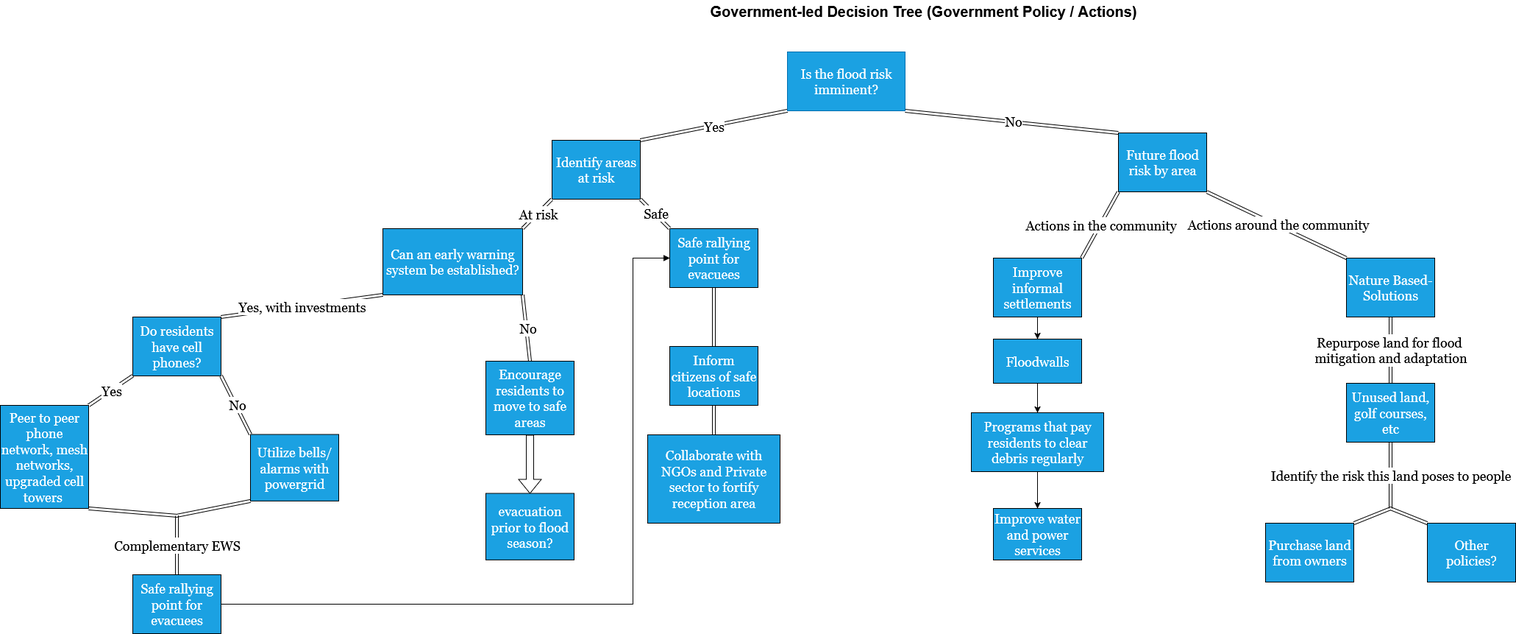
The draw.io diagram 5_results/team_maplebyte/public/flood_decision_trees_government_led.drawio.png in NickKellett/hackathon-g20-drr, before a commit. Source tidied: cells renumbered, new cells last; positions are measured from the earlier drawing's top-left corner, leaving out a move shared by most shapes.
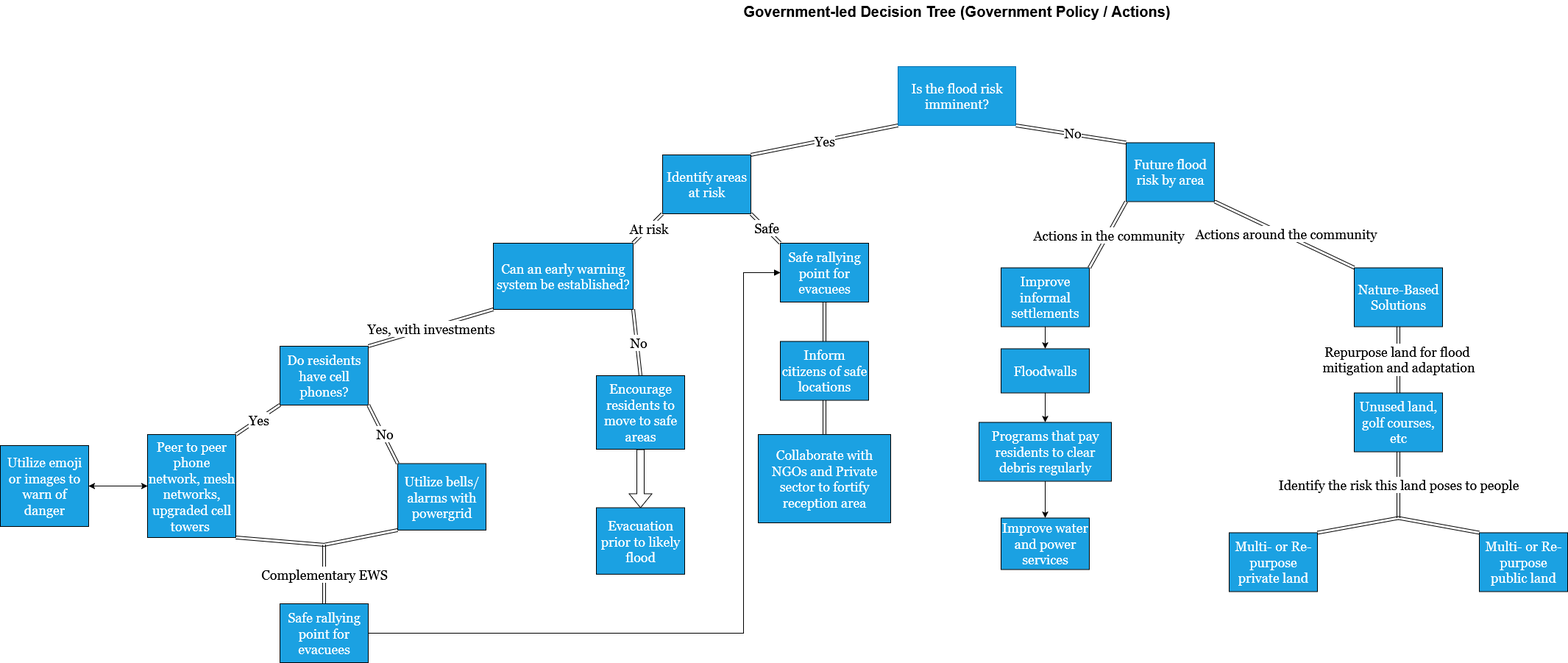
Later version of the same file.

Commit message:
Update policy decision trees

What changed in the source:
```diff
@@ -5,3 +5,3 @@
     <mxCell id="2" value="Identify areas at risk" style="rounded=0;whiteSpace=wrap;html=1;fillColor=#1ba1e2;fontColor=#ffffff;strokeColor=default;fontFamily=Georgia;fontSize=18;" parent="1" vertex="1">
-      <mxGeometry x="750" y="190" width="120" height="80" as="geometry" />
+      <mxGeometry x="920" y="140" width="120" height="80" as="geometry" />
     </mxCell>
@@ -10,9 +10,9 @@
     </mxCell>
-    <mxCell id="4" value="Yes" style="edgeLabel;html=1;align=center;verticalAlign=middle;fontFamily=Georgia;fontSize=18;" parent="3" vertex="1">
-      <mxGeometry x="-0.01" y="-1" relative="1" as="geometry">
-        <mxPoint y="-1" as="offset" />
-      </mxGeometry>
-    </mxCell>
+    <mxCell id="56" value="Yes" style="edgeLabel;html=1;align=center;verticalAlign=middle;fontFamily=Georgia;fontSize=18;" parent="3" vertex="1">
+      <mxGeometry x="-0.01" y="-1" relative="1" as="geometry">
+        <mxPoint y="-1" as="offset" />
+      </mxGeometry>
+    </mxCell>
     <mxCell id="5" value="&lt;font style=&quot;font-size: 18px;&quot;&gt;Is the flood risk imminent?&lt;/font&gt;" style="text;strokeColor=#006EAF;align=center;fillColor=#1ba1e2;html=1;verticalAlign=middle;whiteSpace=wrap;rounded=0;fontColor=#ffffff;fontFamily=Georgia;" parent="1" vertex="1">
-      <mxGeometry x="1070" y="70" width="160" height="80" as="geometry" />
+      <mxGeometry x="1240" y="20" width="160" height="80" as="geometry" />
     </mxCell>
@@ -21,9 +21,9 @@
     </mxCell>
-    <mxCell id="7" value="No" style="edgeLabel;html=1;align=center;verticalAlign=middle;fontFamily=Georgia;fontSize=18;" parent="6" vertex="1">
-      <mxGeometry x="-0.01" y="-1" relative="1" as="geometry">
-        <mxPoint y="-1" as="offset" />
-      </mxGeometry>
-    </mxCell>
+    <mxCell id="57" value="No" style="edgeLabel;html=1;align=center;verticalAlign=middle;fontFamily=Georgia;fontSize=18;" parent="6" vertex="1">
+      <mxGeometry x="-0.01" y="-1" relative="1" as="geometry">
+        <mxPoint y="-1" as="offset" />
+      </mxGeometry>
+    </mxCell>
     <mxCell id="8" value="Can an early warning system be established?" style="rounded=0;whiteSpace=wrap;html=1;fillColor=#1ba1e2;fontColor=#ffffff;strokeColor=default;fontFamily=Georgia;fontSize=18;" parent="1" vertex="1">
-      <mxGeometry x="520" y="310" width="190" height="90" as="geometry" />
+      <mxGeometry x="690" y="260" width="190" height="90" as="geometry" />
     </mxCell>
@@ -37,6 +37,6 @@
     </mxCell>
-    <mxCell id="11" value="x" style="shape=link;html=1;rounded=0;entryX=1;entryY=1;entryDx=0;entryDy=0;exitX=0;exitY=0;exitDx=0;exitDy=0;fontFamily=Georgia;fontSize=18;" parent="1" edge="1" source="13" target="2">
-      <mxGeometry relative="1" as="geometry" />
-    </mxCell>
+    <mxCell id="58" value="x" style="shape=link;html=1;rounded=0;entryX=1;entryY=1;entryDx=0;entryDy=0;exitX=0;exitY=0;exitDx=0;exitDy=0;fontFamily=Georgia;fontSize=18;" parent="1" edge="1" source="59" target="2">
+      <mxGeometry relative="1" as="geometry" />
+    </mxCell>
-    <mxCell id="12" value="Safe" style="edgeLabel;html=1;align=center;verticalAlign=middle;fontFamily=Georgia;fontSize=18;" parent="11" vertex="1">
+    <mxCell id="12" value="Safe" style="edgeLabel;html=1;align=center;verticalAlign=middle;fontFamily=Georgia;fontSize=18;" parent="58" vertex="1">
       <mxGeometry x="-0.01" y="-1" relative="1" as="geometry">
@@ -45,7 +45,7 @@
     </mxCell>
-    <mxCell id="13" value="Safe rallying point for evacuees" style="rounded=0;whiteSpace=wrap;html=1;fillColor=#1ba1e2;fontColor=#ffffff;strokeColor=default;fontFamily=Georgia;fontSize=18;" parent="1" vertex="1">
-      <mxGeometry x="910" y="310" width="120" height="80" as="geometry" />
-    </mxCell>
+    <mxCell id="59" value="Safe rallying point for evacuees" style="rounded=0;whiteSpace=wrap;html=1;fillColor=#1ba1e2;fontColor=#ffffff;strokeColor=default;fontFamily=Georgia;fontSize=18;" parent="1" vertex="1">
+      <mxGeometry x="1080" y="260" width="120" height="80" as="geometry" />
+    </mxCell>
     <mxCell id="14" value="Future flood risk by area" style="rounded=0;whiteSpace=wrap;html=1;fillColor=#1ba1e2;fontColor=#ffffff;strokeColor=default;fontFamily=Georgia;fontSize=18;" parent="1" vertex="1">
-      <mxGeometry x="1520" y="180" width="120" height="80" as="geometry" />
+      <mxGeometry x="1550" y="123.4" width="120" height="80" as="geometry" />
     </mxCell>
@@ -55,3 +55,3 @@
     <mxCell id="16" value="Improve informal settlements" style="rounded=0;whiteSpace=wrap;html=1;fillColor=#1ba1e2;fontColor=#ffffff;strokeColor=default;fontFamily=Georgia;fontSize=18;" parent="1" vertex="1">
-      <mxGeometry x="1350" y="350" width="120" height="80" as="geometry" />
+      <mxGeometry x="1380" y="293.4" width="120" height="80" as="geometry" />
     </mxCell>
@@ -65,6 +65,6 @@
     </mxCell>
-    <mxCell id="19" value="x" style="shape=link;html=1;rounded=0;entryX=1;entryY=1;entryDx=0;entryDy=0;exitX=0;exitY=0;exitDx=0;exitDy=0;fontFamily=Georgia;fontSize=18;" parent="1" edge="1" source="21" target="14">
-      <mxGeometry relative="1" as="geometry" />
-    </mxCell>
+    <mxCell id="60" value="x" style="shape=link;html=1;rounded=0;entryX=1;entryY=1;entryDx=0;entryDy=0;exitX=0;exitY=0;exitDx=0;exitDy=0;fontFamily=Georgia;fontSize=18;" parent="1" edge="1" source="61" target="14">
+      <mxGeometry relative="1" as="geometry" />
+    </mxCell>
-    <mxCell id="20" value="Actions around the community" style="edgeLabel;html=1;align=center;verticalAlign=middle;fontFamily=Georgia;fontSize=18;" parent="19" vertex="1">
+    <mxCell id="20" value="Actions around the community" style="edgeLabel;html=1;align=center;verticalAlign=middle;fontFamily=Georgia;fontSize=18;" parent="60" vertex="1">
       <mxGeometry x="-0.01" y="-1" relative="1" as="geometry">
@@ -73,10 +73,10 @@
     </mxCell>
-    <mxCell id="21" value="Nature Based-Solutions" style="rounded=0;whiteSpace=wrap;html=1;fillColor=#1ba1e2;fontColor=#ffffff;strokeColor=default;fontFamily=Georgia;fontSize=18;" parent="1" vertex="1">
-      <mxGeometry x="1830" y="350" width="120" height="80" as="geometry" />
-    </mxCell>
+    <mxCell id="61" value="Nature-Based Solutions" style="rounded=0;whiteSpace=wrap;html=1;fillColor=#1ba1e2;fontColor=#ffffff;strokeColor=default;fontFamily=Georgia;fontSize=18;" parent="1" vertex="1">
+      <mxGeometry x="1860" y="293.4" width="120" height="80" as="geometry" />
+    </mxCell>
     <mxCell id="22" value="Do residents have cell phones?" style="rounded=0;whiteSpace=wrap;html=1;fillColor=#1ba1e2;fontColor=#ffffff;strokeColor=default;fontFamily=Georgia;fontSize=18;" parent="1" vertex="1">
-      <mxGeometry x="180" y="430" width="120" height="80" as="geometry" />
+      <mxGeometry x="400" y="400" width="120" height="80" as="geometry" />
     </mxCell>
     <mxCell id="23" value="Peer to peer phone network, mesh networks, upgraded cell towers&amp;nbsp;" style="rounded=0;whiteSpace=wrap;html=1;fillColor=#1ba1e2;fontColor=#ffffff;strokeColor=default;fontFamily=Georgia;fontSize=18;" parent="1" vertex="1">
-      <mxGeometry y="550" width="120" height="140" as="geometry" />
+      <mxGeometry x="220" y="520" width="120" height="140" as="geometry" />
     </mxCell>
@@ -84,10 +84,10 @@
       <mxGeometry relative="1" as="geometry">
-        <mxPoint x="180" y="509.6" as="targetPoint" />
+        <mxPoint x="400" y="479.6" as="targetPoint" />
       </mxGeometry>
     </mxCell>
-    <mxCell id="25" value="Yes" style="edgeLabel;html=1;align=center;verticalAlign=middle;fontFamily=Georgia;fontSize=18;" parent="24" vertex="1">
-      <mxGeometry x="-0.01" y="-1" relative="1" as="geometry">
-        <mxPoint y="-1" as="offset" />
-      </mxGeometry>
-    </mxCell>
+    <mxCell id="62" value="Yes" style="edgeLabel;html=1;align=center;verticalAlign=middle;fontFamily=Georgia;fontSize=18;" parent="24" vertex="1">
+      <mxGeometry x="-0.01" y="-1" relative="1" as="geometry">
+        <mxPoint y="-1" as="offset" />
+      </mxGeometry>
+    </mxCell>
     <mxCell id="26" value="x" style="shape=link;html=1;rounded=0;entryX=1;entryY=1;entryDx=0;entryDy=0;exitX=0;exitY=0;exitDx=0;exitDy=0;fontFamily=Georgia;fontSize=18;" parent="1" edge="1" source="28" target="22">
@@ -95,9 +95,9 @@
     </mxCell>
-    <mxCell id="27" value="No" style="edgeLabel;html=1;align=center;verticalAlign=middle;fontFamily=Georgia;fontSize=18;" parent="26" vertex="1">
-      <mxGeometry x="-0.01" y="-1" relative="1" as="geometry">
-        <mxPoint y="-1" as="offset" />
-      </mxGeometry>
-    </mxCell>
+    <mxCell id="63" value="No" style="edgeLabel;html=1;align=center;verticalAlign=middle;fontFamily=Georgia;fontSize=18;" parent="26" vertex="1">
+      <mxGeometry x="-0.01" y="-1" relative="1" as="geometry">
+        <mxPoint y="-1" as="offset" />
+      </mxGeometry>
+    </mxCell>
     <mxCell id="28" value="Utilize bells/alarms with powergrid" style="rounded=0;whiteSpace=wrap;html=1;fillColor=#1ba1e2;fontColor=#ffffff;strokeColor=default;fontFamily=Georgia;fontSize=18;" parent="1" vertex="1">
-      <mxGeometry x="340" y="589.6" width="120" height="90.4" as="geometry" />
+      <mxGeometry x="560" y="559.6" width="120" height="90.4" as="geometry" />
     </mxCell>
@@ -105,3 +105,3 @@
       <mxGeometry relative="1" as="geometry">
-        <mxPoint x="300" y="430" as="sourcePoint" />
+        <mxPoint x="520" y="400" as="sourcePoint" />
       </mxGeometry>
@@ -115,3 +115,3 @@
       <mxGeometry relative="1" as="geometry">
-        <mxPoint x="1890" y="690" as="sourcePoint" />
+        <mxPoint x="1920" y="633.4" as="sourcePoint" />
       </mxGeometry>
@@ -119,26 +119,25 @@
     <mxCell id="32" value="Unused land, golf courses, etc" style="rounded=0;whiteSpace=wrap;html=1;fillColor=#1ba1e2;fontColor=#ffffff;strokeColor=default;fontFamily=Georgia;fontSize=18;" parent="1" vertex="1">
-      <mxGeometry x="1830" y="520" width="120" height="80" as="geometry" />
+      <mxGeometry x="1860" y="463.4" width="120" height="80" as="geometry" />
     </mxCell>
-    <mxCell id="33" value="Repurpose land for flood&amp;nbsp;&lt;div&gt;mitigation and adaptation&lt;/div&gt;" style="shape=link;html=1;rounded=0;entryX=0.5;entryY=1;entryDx=0;entryDy=0;fontFamily=Georgia;fontSize=18;exitX=0.5;exitY=0;exitDx=0;exitDy=0;" parent="1" edge="1" source="32" target="21">
+    <mxCell id="33" value="Repurpose land for flood&amp;nbsp;&lt;div&gt;mitigation and adaptation&lt;/div&gt;" style="shape=link;html=1;rounded=0;entryX=0.5;entryY=1;entryDx=0;entryDy=0;fontFamily=Georgia;fontSize=18;exitX=0.5;exitY=0;exitDx=0;exitDy=0;" parent="1" edge="1" source="32" target="61">
       <mxGeometry relative="1" as="geometry" />
     </mxCell>
-    <mxCell id="34" value="Other policies?" style="rounded=0;whiteSpace=wrap;html=1;fillColor=#1ba1e2;fontColor=#ffffff;strokeColor=default;fontFamily=Georgia;fontSize=18;" parent="1" vertex="1">
-      <mxGeometry x="1940" y="710" width="120" height="80" as="geometry" />
-    </mxCell>
-    <mxCell id="35" style="shape=link;html=1;rounded=0;entryX=0.5;entryY=1;entryDx=0;entryDy=0;fontFamily=Georgia;fontSize=18;exitX=0.5;exitY=0;exitDx=0;exitDy=0;" parent="1" edge="1" source="38" target="13">
-      <mxGeometry relative="1" as="geometry" />
-    </mxCell>
-    <mxCell id="36" value="Purchase land from owners" style="rounded=0;whiteSpace=wrap;html=1;fillColor=#1ba1e2;fontColor=#ffffff;strokeColor=default;fontFamily=Georgia;fontSize=18;" parent="1" vertex="1">
-      <mxGeometry x="1720" y="710" width="120" height="80" as="geometry" />
-    </mxCell>
-    <mxCell id="37" style="shape=link;html=1;rounded=0;entryX=0;entryY=0;entryDx=0;entryDy=0;fontFamily=Georgia;fontSize=18;" parent="1" edge="1" target="34">
-      <mxGeometry relative="1" as="geometry">
-        <mxPoint x="1840" y="710" as="sourcePoint" />
-        <Array as="points">
-          <mxPoint x="1890" y="690" />
-        </Array>
-      </mxGeometry>
-    </mxCell>
+    <mxCell id="64" value="Multi- or Re-purpose public land" style="rounded=0;whiteSpace=wrap;html=1;fillColor=#1ba1e2;fontColor=#ffffff;strokeColor=default;fontFamily=Georgia;fontSize=18;" parent="1" vertex="1">
+      <mxGeometry x="2030" y="653.4" width="120" height="80" as="geometry" />
+    </mxCell>
+    <mxCell id="65" style="shape=link;html=1;rounded=0;entryX=0.5;entryY=1;entryDx=0;entryDy=0;fontFamily=Georgia;fontSize=18;exitX=0.5;exitY=0;exitDx=0;exitDy=0;" parent="1" edge="1" source="38" target="59">
+      <mxGeometry relative="1" as="geometry" />
+    </mxCell>
+    <mxCell id="66" value="Multi- or Re-purpose private land" style="rounded=0;whiteSpace=wrap;html=1;fillColor=#1ba1e2;fontColor=#ffffff;strokeColor=default;fontFamily=Georgia;fontSize=18;" parent="1" vertex="1">
+      <mxGeometry x="1690" y="653.4" width="120" height="80" as="geometry" />
+    </mxCell>
+    <mxCell id="67" style="shape=link;html=1;rounded=0;entryX=0;entryY=0;entryDx=0;entryDy=0;fontFamily=Georgia;fontSize=18;exitX=1;exitY=0;exitDx=0;exitDy=0;" parent="1" edge="1" source="66" target="64">
+      <mxGeometry relative="1" as="geometry">
+        <Array as="points">
+          <mxPoint x="1920" y="633.4" />
+        </Array>
+      </mxGeometry>
+    </mxCell>
     <mxCell id="38" value="Inform citizens of safe locations" style="rounded=0;whiteSpace=wrap;html=1;fillColor=#1ba1e2;fontColor=#ffffff;strokeColor=default;fontFamily=Georgia;fontSize=18;" parent="1" vertex="1">
-      <mxGeometry x="910" y="470" width="120" height="80" as="geometry" />
+      <mxGeometry x="1080" y="393.4" width="120" height="80" as="geometry" />
     </mxCell>
@@ -148,3 +147,3 @@
     <mxCell id="40" value="Collaborate with NGOs and Private sector to fortify reception area" style="rounded=0;whiteSpace=wrap;html=1;fillColor=#1ba1e2;fontColor=#ffffff;strokeColor=default;fontFamily=Georgia;fontSize=18;" parent="1" vertex="1">
-      <mxGeometry x="880" y="590" width="180" height="120" as="geometry" />
+      <mxGeometry x="1050" y="520" width="180" height="120" as="geometry" />
     </mxCell>
@@ -152,24 +151,24 @@
       <mxGeometry relative="1" as="geometry">
-        <mxPoint x="720" y="490" as="sourcePoint" />
+        <mxPoint x="890" y="440" as="sourcePoint" />
       </mxGeometry>
     </mxCell>
-    <mxCell id="42" value="No" style="edgeLabel;html=1;align=center;verticalAlign=middle;fontFamily=Georgia;fontSize=18;" parent="41" vertex="1">
-      <mxGeometry x="-0.01" y="-1" relative="1" as="geometry">
-        <mxPoint y="-1" as="offset" />
-      </mxGeometry>
-    </mxCell>
+    <mxCell id="68" value="No" style="edgeLabel;html=1;align=center;verticalAlign=middle;fontFamily=Georgia;fontSize=18;" parent="41" vertex="1">
+      <mxGeometry x="-0.01" y="-1" relative="1" as="geometry">
+        <mxPoint y="-1" as="offset" />
+      </mxGeometry>
+    </mxCell>
     <mxCell id="43" value="Encourage residents to move to safe areas" style="rounded=0;whiteSpace=wrap;html=1;fillColor=#1ba1e2;fontColor=#ffffff;strokeColor=default;fontFamily=Georgia;fontSize=18;" parent="1" vertex="1">
-      <mxGeometry x="660" y="490" width="120" height="100" as="geometry" />
+      <mxGeometry x="830" y="440" width="120" height="100" as="geometry" />
     </mxCell>
-    <mxCell id="44" style="shape=flexArrow;endArrow=classic;html=1;rounded=0;exitX=0.5;exitY=1;exitDx=0;exitDy=0;" parent="1" edge="1" source="43">
-      <mxGeometry relative="1" as="geometry">
-        <mxPoint x="720" y="670" as="targetPoint" />
-      </mxGeometry>
-    </mxCell>
-    <mxCell id="45" value="evacuation prior to flood season?" style="rounded=0;whiteSpace=wrap;html=1;fillColor=#1ba1e2;fontColor=#ffffff;strokeColor=default;fontFamily=Georgia;fontSize=18;" parent="1" vertex="1">
-      <mxGeometry x="660" y="669.6" width="120" height="90.4" as="geometry" />
-    </mxCell>
+    <mxCell id="69" style="shape=flexArrow;endArrow=classic;html=1;rounded=0;exitX=0.5;exitY=1;exitDx=0;exitDy=0;" parent="1" edge="1" source="43">
+      <mxGeometry relative="1" as="geometry">
+        <mxPoint x="890" y="620" as="targetPoint" />
+      </mxGeometry>
+    </mxCell>
+    <mxCell id="70" value="Evacuation prior to likely flood" style="rounded=0;whiteSpace=wrap;html=1;fillColor=#1ba1e2;fontColor=#ffffff;strokeColor=default;fontFamily=Georgia;fontSize=18;" parent="1" vertex="1">
+      <mxGeometry x="830" y="619.6" width="120" height="90.4" as="geometry" />
+    </mxCell>
-    <mxCell id="46" value="Complementary EWS" style="shape=link;html=1;rounded=0;entryX=0.5;entryY=1;entryDx=0;entryDy=0;fontFamily=Georgia;fontSize=18;exitX=0.5;exitY=0;exitDx=0;exitDy=0;" parent="1" edge="1" source="48">
+    <mxCell id="46" value="Complementary EWS" style="shape=link;html=1;rounded=0;entryX=0.5;entryY=1;entryDx=0;entryDy=0;fontFamily=Georgia;fontSize=18;exitX=0.5;exitY=0;exitDx=0;exitDy=0;" parent="1" edge="1" source="71">
       <mxGeometry relative="1" as="geometry">
-        <mxPoint x="240" y="700" as="targetPoint" />
+        <mxPoint x="460" y="670" as="targetPoint" />
       </mxGeometry>
@@ -179,3 +178,3 @@
         <Array as="points">
-          <mxPoint x="240" y="700" />
+          <mxPoint x="460" y="670" />
         </Array>
@@ -183,14 +182,14 @@
     </mxCell>
-    <mxCell id="48" value="Safe rallying point for evacuees" style="rounded=0;whiteSpace=wrap;html=1;fillColor=#1ba1e2;fontColor=#ffffff;strokeColor=default;fontFamily=Georgia;fontSize=18;" parent="1" vertex="1">
-      <mxGeometry x="180" y="780" width="120" height="80" as="geometry" />
-    </mxCell>
-    <mxCell id="49" style="html=1;rounded=0;fontFamily=Georgia;fontSize=18;edgeStyle=elbowEdgeStyle;entryX=0;entryY=0.5;entryDx=0;entryDy=0;exitX=1;exitY=0.5;exitDx=0;exitDy=0;endArrow=block;endFill=1;" parent="1" edge="1" source="48" target="13">
-      <mxGeometry relative="1" as="geometry">
-        <Array as="points">
-          <mxPoint x="860" y="600" />
-        </Array>
-      </mxGeometry>
-    </mxCell>
+    <mxCell id="71" value="Safe rallying point for evacuees" style="rounded=0;whiteSpace=wrap;html=1;fillColor=#1ba1e2;fontColor=#ffffff;strokeColor=default;fontFamily=Georgia;fontSize=18;" parent="1" vertex="1">
+      <mxGeometry x="400" y="750" width="120" height="80" as="geometry" />
+    </mxCell>
+    <mxCell id="72" style="html=1;rounded=0;fontFamily=Georgia;fontSize=18;edgeStyle=elbowEdgeStyle;entryX=0;entryY=0.5;entryDx=0;entryDy=0;exitX=1;exitY=0.5;exitDx=0;exitDy=0;endArrow=block;endFill=1;" parent="1" edge="1" source="71" target="59">
+      <mxGeometry relative="1" as="geometry">
+        <Array as="points">
+          <mxPoint x="1030" y="550" />
+        </Array>
+      </mxGeometry>
+    </mxCell>
     <mxCell id="50" value="Floodwalls" style="rounded=0;whiteSpace=wrap;html=1;fillColor=#1ba1e2;fontColor=#ffffff;strokeColor=default;fontFamily=Georgia;fontSize=18;" parent="1" vertex="1">
-      <mxGeometry x="1350" y="460" width="120" height="60" as="geometry" />
+      <mxGeometry x="1380" y="403.4" width="120" height="60" as="geometry" />
     </mxCell>
@@ -203,10 +202,16 @@
     <mxCell id="53" value="Programs that pay residents to clear debris regularly" style="rounded=0;whiteSpace=wrap;html=1;fillColor=#1ba1e2;fontColor=#ffffff;strokeColor=default;fontFamily=Georgia;fontSize=18;" parent="1" vertex="1">
-      <mxGeometry x="1320" y="560" width="180" height="80" as="geometry" />
+      <mxGeometry x="1350" y="503.4" width="180" height="80" as="geometry" />
     </mxCell>
     <mxCell id="54" value="Improve water and power services" style="whiteSpace=wrap;html=1;fontSize=18;fontFamily=Georgia;fillColor=#1ba1e2;fontColor=#ffffff;rounded=0;" parent="1" vertex="1">
-      <mxGeometry x="1350" y="690" width="120" height="70" as="geometry" />
+      <mxGeometry x="1380" y="633.4" width="120" height="70" as="geometry" />
     </mxCell>
     <mxCell id="55" value="Government-led Decision Tree (Government Policy / Actions)" style="text;html=1;align=center;verticalAlign=middle;whiteSpace=wrap;rounded=0;fontSize=20;fontStyle=1;" parent="1" vertex="1">
-      <mxGeometry x="950" width="610" height="30" as="geometry" />
+      <mxGeometry x="1015" y="-70" width="610" height="30" as="geometry" />
     </mxCell>
+    <mxCell id="73" style="edgeStyle=orthogonalEdgeStyle;rounded=0;jettySize=auto;html=1;startArrow=classic;startFill=1;" parent="1" edge="1" source="74" target="23">
+      <mxGeometry relative="1" as="geometry" />
+    </mxCell>
+    <mxCell id="74" value="Utilize emoji or images to warn of danger" style="rounded=0;whiteSpace=wrap;html=1;fillColor=#1ba1e2;fontColor=#ffffff;strokeColor=default;fontFamily=Georgia;fontSize=18;" parent="1" vertex="1">
+      <mxGeometry x="20" y="535" width="120" height="110" as="geometry" />
+    </mxCell>
   </root>
```
